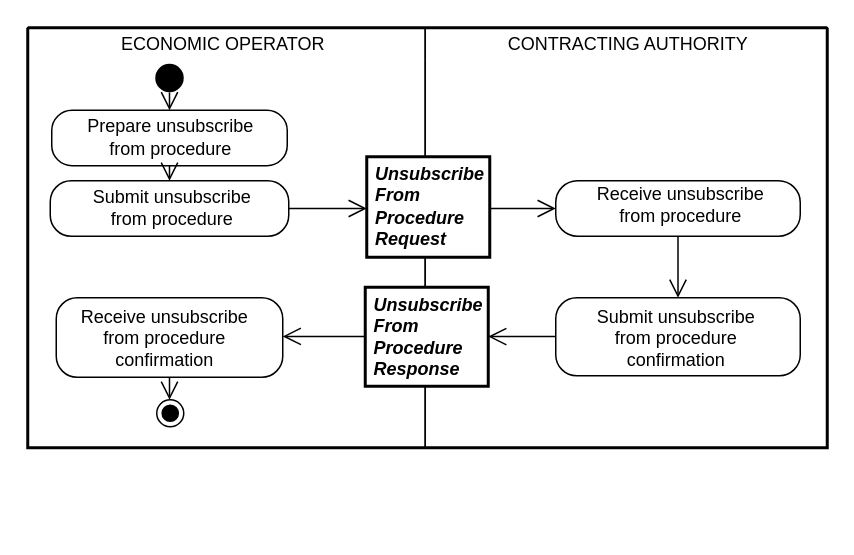
The draw.io diagram diagrams/UBL-2.2-Tender-UnsubscribeFromProcedure/UBL-2.2-Tender-UnsubscribeFromProcedure.drawio in kduvekot/ubl-work-on-svg-images, before the edit. Source tidied: cells renumbered, new cells numbered last; positions are measured from the earlier drawing's top-left corner, leaving out a move shared by most shapes. Both pictures are drawn from the tidied source at 150%, with x=0, y=0 at pixel (27, 27).
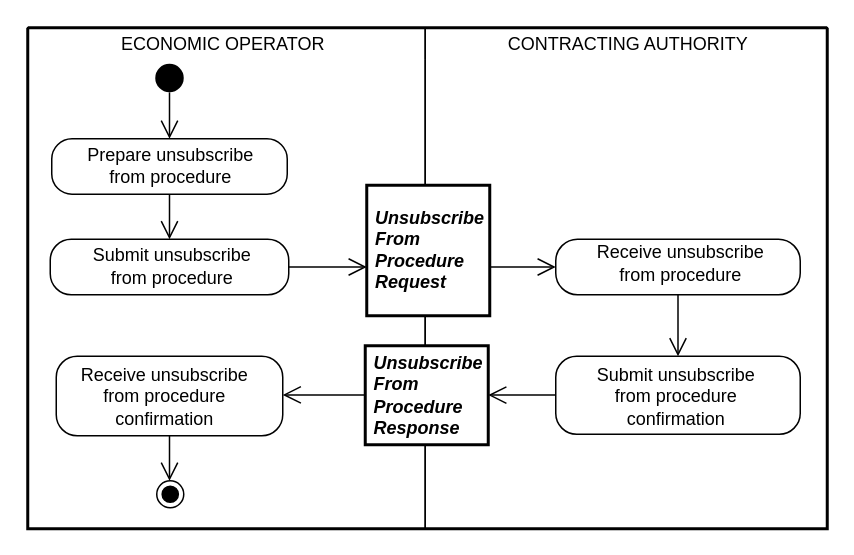
The same diagram, later.

Change to the diagram source:
```diff
@@
     <mxCell id="2" style="swimlane;html=1;startSize=0;whiteSpace=wrap;fillColor=none;strokeWidth=2;" parent="1" vertex="1">
-      <mxGeometry width="533" height="280" as="geometry" />
+      <mxGeometry width="533" height="334" as="geometry" />
     </mxCell>
     <mxCell id="3" value="ECONOMIC OPERATOR" style="swimlane;horizontal=1;startSize=21;swimlaneLine=0;html=1;fillColor=none;fontStyle=0;spacing=0;spacingRight=5;" parent="2" vertex="1">
-      <mxGeometry width="265" height="280" as="geometry" />
+      <mxGeometry width="265" height="334" as="geometry" />
     </mxCell>
     <mxCell id="4" value="CONTRACTING AUTHORITY" style="swimlane;horizontal=1;startSize=21;swimlaneLine=0;html=1;fillColor=none;fontStyle=0;spacing=0;spacingLeft=2;" parent="2" vertex="1">
-      <mxGeometry x="265" width="268" height="280" as="geometry" />
+      <mxGeometry x="265" width="268" height="334" as="geometry" />
     </mxCell>
@@
     <mxCell id="6" value="Prepare unsubscribe&lt;br&gt;from procedure" style="rounded=1;absoluteArcSize=1;arcSize=27;html=1;whiteSpace=nowrap;fontStyle=0;align=center;verticalAlign=middle;spacing=0;spacingBottom=1;" parent="3" vertex="1">
-      <mxGeometry x="16" y="55" width="157" height="37" as="geometry" />
+      <mxGeometry x="16" y="74" width="157" height="37" as="geometry" />
     </mxCell>
     <mxCell id="7" value="Unsubscribe&lt;br&gt;From&lt;br&gt;Procedure&lt;br&gt;Request" style="rounded=0;html=1;whiteSpace=nowrap;fontStyle=3;align=left;verticalAlign=middle;spacing=0;spacingLeft=6;spacingBottom=1;strokeWidth=2;" parent="4" vertex="1">
-      <mxGeometry x="-39" y="86" width="82" height="67" as="geometry" />
+      <mxGeometry x="-39" y="105" width="82" height="87" as="geometry" />
     </mxCell>
     <mxCell id="8" value="Submit unsubscribe&lt;br&gt;from procedure" style="rounded=1;absoluteArcSize=1;arcSize=28;html=1;whiteSpace=nowrap;fontStyle=0;align=center;verticalAlign=middle;spacing=0;spacingLeft=2;spacingBottom=1;" parent="3" vertex="1">
-      <mxGeometry x="15" y="102" width="159" height="37" as="geometry" />
+      <mxGeometry x="15" y="141" width="159" height="37" as="geometry" />
     </mxCell>
     <mxCell id="9" value="Receive unsubscribe&lt;br&gt;from procedure" style="rounded=1;absoluteArcSize=1;arcSize=29;html=1;whiteSpace=nowrap;fontStyle=0;align=center;verticalAlign=middle;spacing=0;spacingLeft=2;spacingBottom=5;" parent="4" vertex="1">
-      <mxGeometry x="87" y="102" width="163" height="37" as="geometry" />
+      <mxGeometry x="87" y="141" width="163" height="37" as="geometry" />
     </mxCell>
     <mxCell id="10" value="Unsubscribe&lt;br&gt;From&lt;br&gt;Procedure&lt;br&gt;Response" style="rounded=0;html=1;whiteSpace=nowrap;fontStyle=3;align=left;verticalAlign=middle;spacing=0;spacingLeft=6;spacingBottom=1;strokeWidth=2;" parent="4" vertex="1">
-      <mxGeometry x="-40" y="173" width="82" height="66" as="geometry" />
+      <mxGeometry x="-40" y="212" width="82" height="66" as="geometry" />
     </mxCell>
     <mxCell id="11" value="Receive unsubscribe&lt;br&gt;from procedure&lt;br&gt;confirmation" style="rounded=1;absoluteArcSize=1;arcSize=28;html=1;whiteSpace=nowrap;fontStyle=0;align=center;verticalAlign=middle;spacing=0;spacingRight=8;spacingTop=1;" parent="3" vertex="1">
-      <mxGeometry x="19" y="180" width="151" height="53" as="geometry" />
+      <mxGeometry x="19" y="219" width="151" height="53" as="geometry" />
     </mxCell>
     <mxCell id="12" value="Submit unsubscribe&lt;br&gt;from procedure&lt;br&gt;confirmation" style="rounded=1;absoluteArcSize=1;arcSize=28;html=1;whiteSpace=nowrap;fontStyle=0;align=center;verticalAlign=middle;spacing=0;spacingRight=3;spacingTop=2;" parent="4" vertex="1">
-      <mxGeometry x="87" y="180" width="163" height="52" as="geometry" />
+      <mxGeometry x="87" y="219" width="163" height="52" as="geometry" />
     </mxCell>
     <mxCell id="13" style="ellipse;shape=endState;fillColor=#000000;html=1;" parent="3" vertex="1">
-      <mxGeometry x="86" y="248" width="18" height="18" as="geometry" />
+      <mxGeometry x="86" y="302" width="18" height="18" as="geometry" />
     </mxCell>
@@
-    <mxCell id="16" style="edgeStyle=none;rounded=0;html=1;endArrow=open;endFill=0;endSize=10;exitX=1;exitY=0.5;exitPerimeter=0;entryPerimeter=0;entryX=0;entryY=0.514926;" parent="2" edge="1" source="8" target="7">
+    <mxCell id="16" style="edgeStyle=none;rounded=0;html=1;endArrow=open;endFill=0;endSize=10;exitX=1;exitY=0.5;exitPerimeter=0;entryPerimeter=0;entryX=0;entryY=0.626437;" parent="2" edge="1" source="8" target="7">
       <mxGeometry relative="1" as="geometry" />
     </mxCell>
-    <mxCell id="17" style="edgeStyle=none;rounded=0;html=1;endArrow=open;endFill=0;endSize=10;exitPerimeter=0;entryX=0;entryY=0.5;entryPerimeter=0;exitX=1;exitY=0.514926;" parent="4" edge="1" source="7" target="9">
+    <mxCell id="17" style="edgeStyle=none;rounded=0;html=1;endArrow=open;endFill=0;endSize=10;exitPerimeter=0;entryX=0;entryY=0.5;entryPerimeter=0;exitX=1;exitY=0.626437;" parent="4" edge="1" source="7" target="9">
       <mxGeometry relative="1" as="geometry" />
     </mxCell>
```
